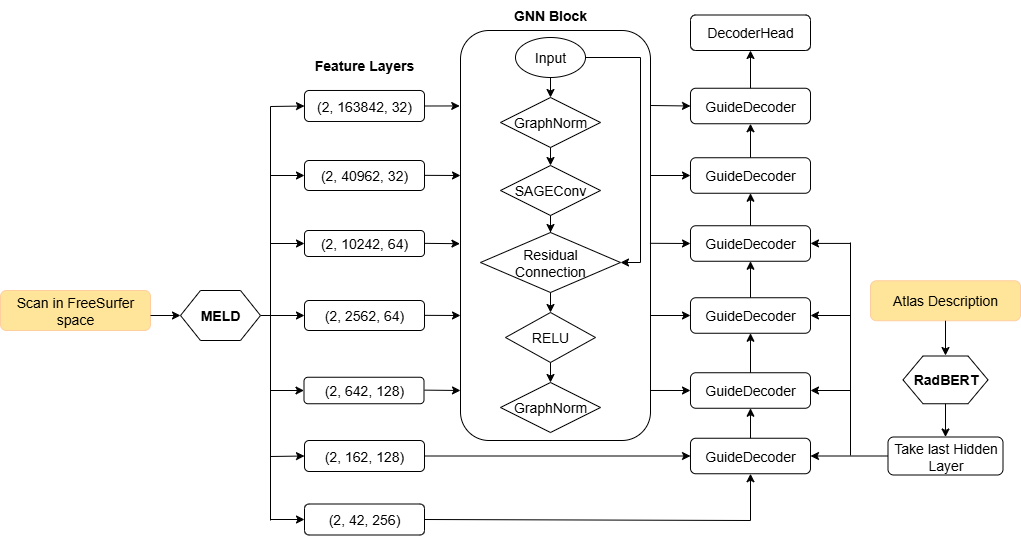
Above: text/FCD_GNN/images/architecture.png in Wektor607/FCD-Detection (draw.io), before the change. Source tidied: cells renumbered, new cells last; positions are measured from the earlier drawing's top-left corner, leaving out a move shared by most shapes. The source it was exported from:
```xml
<mxGraphModel>
  <root>
    <mxCell id="0" />
    <mxCell id="1" parent="0" />
    <mxCell id="2" value="&lt;font style=&quot;color: light-dark(rgb(0, 0, 0), rgb(0, 0, 0)); font-size: 14px;&quot;&gt;Scan in FreeSurfer space&lt;/font&gt;" style="rounded=1;whiteSpace=wrap;html=1;fillColor=light-dark(#FFE599,#FFCE9F);strokeColor=#FFCE9F;" parent="1" vertex="1">
      <mxGeometry y="290" width="150" height="40" as="geometry" />
    </mxCell>
    <mxCell id="3" style="edgeStyle=orthogonalEdgeStyle;rounded=0;jettySize=auto;html=1;exitX=1;exitY=0.5;exitDx=0;exitDy=0;entryX=0;entryY=0.5;entryDx=0;entryDy=0;" parent="1" edge="1" source="4" target="7">
      <mxGeometry relative="1" as="geometry" />
    </mxCell>
    <mxCell id="4" value="&lt;font style=&quot;font-size: 14px;&quot;&gt;&lt;b&gt;MELD&lt;/b&gt;&lt;/font&gt;" style="shape=hexagon;perimeter=hexagonPerimeter2;whiteSpace=wrap;html=1;fixedSize=1;" parent="1" vertex="1">
      <mxGeometry x="180" y="290" width="80" height="50" as="geometry" />
    </mxCell>
    <mxCell id="5" style="endArrow=classic;html=1;rounded=0;exitX=1;exitY=0.5;exitDx=0;exitDy=0;entryX=0;entryY=0.5;entryDx=0;entryDy=0;" parent="1" edge="1" target="4">
      <mxGeometry relative="1" as="geometry">
        <mxPoint x="150" y="315" as="sourcePoint" />
      </mxGeometry>
    </mxCell>
    <mxCell id="6" value="&lt;font style=&quot;font-size: 14px;&quot;&gt;(2, 40962, 32)&lt;/font&gt;" style="rounded=1;whiteSpace=wrap;html=1;" parent="1" vertex="1">
      <mxGeometry x="304" y="160" width="120" height="30" as="geometry" />
    </mxCell>
    <mxCell id="7" value="&lt;font style=&quot;font-size: 14px;&quot;&gt;(2, 2562, 64)&lt;/font&gt;" style="rounded=1;whiteSpace=wrap;html=1;" parent="1" vertex="1">
      <mxGeometry x="304" y="300" width="120" height="30" as="geometry" />
    </mxCell>
    <mxCell id="8" value="&lt;font style=&quot;font-size: 14px;&quot;&gt;(2, 10242, 64)&lt;/font&gt;" style="rounded=1;whiteSpace=wrap;html=1;" parent="1" vertex="1">
      <mxGeometry x="304" y="230" width="120" height="26" as="geometry" />
    </mxCell>
    <mxCell id="9" value="&lt;font style=&quot;font-size: 14px;&quot;&gt;(2, 162, 128)&lt;/font&gt;" style="rounded=1;whiteSpace=wrap;html=1;" parent="1" vertex="1">
      <mxGeometry x="304" y="440" width="120" height="31" as="geometry" />
    </mxCell>
    <mxCell id="10" value="&lt;font style=&quot;font-size: 14px;&quot;&gt;(2, 642, 128)&lt;/font&gt;" style="rounded=1;whiteSpace=wrap;html=1;" parent="1" vertex="1">
      <mxGeometry x="303.5" y="376.8" width="120" height="26.5" as="geometry" />
    </mxCell>
    <mxCell id="11" value="&lt;font style=&quot;font-size: 14px;&quot;&gt;(2, 163842, 32)&lt;/font&gt;" style="rounded=1;whiteSpace=wrap;html=1;" parent="1" vertex="1">
      <mxGeometry x="304" y="90" width="120" height="31" as="geometry" />
    </mxCell>
    <mxCell id="12" value="&lt;font style=&quot;font-size: 14px;&quot;&gt;(2, 42, 256)&lt;/font&gt;" style="rounded=1;whiteSpace=wrap;html=1;" parent="1" vertex="1">
      <mxGeometry x="304" y="503.5" width="120" height="31" as="geometry" />
    </mxCell>
    <mxCell id="13" style="endArrow=classic;html=1;rounded=0;entryX=0;entryY=0.5;entryDx=0;entryDy=0;" parent="1" edge="1" target="11">
      <mxGeometry relative="1" as="geometry">
        <mxPoint x="270" y="520" as="sourcePoint" />
        <Array as="points">
          <mxPoint x="270" y="106" />
        </Array>
      </mxGeometry>
    </mxCell>
    <mxCell id="14" style="endArrow=classic;html=1;rounded=0;entryX=0;entryY=0.5;entryDx=0;entryDy=0;" parent="1" edge="1" target="6">
      <mxGeometry relative="1" as="geometry">
        <mxPoint x="270" y="175" as="sourcePoint" />
      </mxGeometry>
    </mxCell>
    <mxCell id="15" style="endArrow=classic;html=1;rounded=0;entryX=0;entryY=0.5;entryDx=0;entryDy=0;" parent="1" edge="1" target="8">
      <mxGeometry relative="1" as="geometry">
        <mxPoint x="270" y="243" as="sourcePoint" />
      </mxGeometry>
    </mxCell>
    <mxCell id="16" style="endArrow=classic;html=1;rounded=0;entryX=0;entryY=0.5;entryDx=0;entryDy=0;" parent="1" edge="1" target="12">
      <mxGeometry relative="1" as="geometry">
        <mxPoint x="270" y="519" as="sourcePoint" />
      </mxGeometry>
    </mxCell>
    <mxCell id="17" style="endArrow=classic;html=1;rounded=0;entryX=0;entryY=0.5;entryDx=0;entryDy=0;" parent="1" edge="1" target="9">
      <mxGeometry relative="1" as="geometry">
        <mxPoint x="270" y="456" as="sourcePoint" />
      </mxGeometry>
    </mxCell>
    <mxCell id="18" style="endArrow=classic;html=1;rounded=0;entryX=0;entryY=0.5;entryDx=0;entryDy=0;" parent="1" edge="1" target="10">
      <mxGeometry relative="1" as="geometry">
        <mxPoint x="270" y="390" as="sourcePoint" />
      </mxGeometry>
    </mxCell>
    <mxCell id="19" value="&lt;b&gt;&lt;font style=&quot;font-size: 14px;&quot;&gt;Feature Layers&lt;/font&gt;&lt;/b&gt;" style="text;html=1;align=center;verticalAlign=middle;whiteSpace=wrap;rounded=0;" parent="1" vertex="1">
      <mxGeometry x="311" y="50" width="106" height="30" as="geometry" />
    </mxCell>
    <mxCell id="20" style="rounded=1;whiteSpace=wrap;html=1;" parent="1" vertex="1">
      <mxGeometry x="460" y="30" width="190" height="410" as="geometry" />
    </mxCell>
    <mxCell id="21" value="&lt;b&gt;&lt;font style=&quot;font-size: 14px;&quot;&gt;GNN Block&lt;/font&gt;&lt;/b&gt;" style="text;html=1;align=center;verticalAlign=middle;whiteSpace=wrap;rounded=0;" parent="1" vertex="1">
      <mxGeometry x="500" width="100" height="30" as="geometry" />
    </mxCell>
    <mxCell id="22" value="&lt;font style=&quot;font-size: 14px;&quot;&gt;Input&lt;/font&gt;" style="ellipse;whiteSpace=wrap;html=1;" parent="1" vertex="1">
      <mxGeometry x="515" y="37" width="70" height="40" as="geometry" />
    </mxCell>
    <mxCell id="23" value="&lt;font style=&quot;font-size: 14px;&quot;&gt;GraphNorm&lt;/font&gt;" style="rhombus;whiteSpace=wrap;html=1;" parent="1" vertex="1">
      <mxGeometry x="500" y="97" width="100" height="50" as="geometry" />
    </mxCell>
    <mxCell id="24" style="edgeStyle=orthogonalEdgeStyle;rounded=0;jettySize=auto;html=1;entryX=0.5;entryY=0;entryDx=0;entryDy=0;" parent="1" edge="1" source="25" target="26">
      <mxGeometry relative="1" as="geometry" />
    </mxCell>
    <mxCell id="25" value="&lt;font style=&quot;font-size: 14px;&quot;&gt;SAGEConv&lt;/font&gt;" style="rhombus;whiteSpace=wrap;html=1;" parent="1" vertex="1">
      <mxGeometry x="500" y="165" width="100" height="50" as="geometry" />
    </mxCell>
    <mxCell id="26" value="&lt;font style=&quot;font-size: 14px;&quot;&gt;Residual&lt;/font&gt;&lt;div&gt;&lt;font style=&quot;font-size: 14px;&quot;&gt;Connection&lt;/font&gt;&lt;/div&gt;" style="rhombus;whiteSpace=wrap;html=1;" parent="1" vertex="1">
      <mxGeometry x="480" y="232" width="140" height="60" as="geometry" />
    </mxCell>
    <mxCell id="27" value="&lt;font style=&quot;font-size: 14px;&quot;&gt;RELU&lt;/font&gt;" style="rhombus;whiteSpace=wrap;html=1;" parent="1" vertex="1">
      <mxGeometry x="505" y="312" width="90" height="50" as="geometry" />
    </mxCell>
    <mxCell id="28" value="&lt;font style=&quot;font-size: 14px;&quot;&gt;GraphNorm&lt;/font&gt;" style="rhombus;whiteSpace=wrap;html=1;" parent="1" vertex="1">
      <mxGeometry x="500" y="382" width="100" height="50" as="geometry" />
    </mxCell>
    <mxCell id="29" style="endArrow=classic;html=1;rounded=0;exitX=1;exitY=0.5;exitDx=0;exitDy=0;entryX=1;entryY=0.5;entryDx=0;entryDy=0;" parent="1" edge="1" source="22" target="26">
      <mxGeometry relative="1" as="geometry">
        <Array as="points">
          <mxPoint x="640" y="57" />
          <mxPoint x="640" y="262" />
          <mxPoint x="620" y="262" />
        </Array>
      </mxGeometry>
    </mxCell>
    <mxCell id="30" style="endArrow=classic;html=1;rounded=0;exitX=0.5;exitY=1;exitDx=0;exitDy=0;entryX=0.5;entryY=0;entryDx=0;entryDy=0;" parent="1" edge="1" source="22" target="23">
      <mxGeometry relative="1" as="geometry" />
    </mxCell>
    <mxCell id="31" style="endArrow=classic;html=1;rounded=0;exitX=0.5;exitY=1;exitDx=0;exitDy=0;entryX=0.5;entryY=0;entryDx=0;entryDy=0;" parent="1" edge="1" source="23" target="25">
      <mxGeometry relative="1" as="geometry" />
    </mxCell>
    <mxCell id="32" style="endArrow=classic;html=1;rounded=0;exitX=0.5;exitY=1;exitDx=0;exitDy=0;entryX=0.5;entryY=0;entryDx=0;entryDy=0;" parent="1" edge="1" source="26" target="27">
      <mxGeometry relative="1" as="geometry" />
    </mxCell>
    <mxCell id="33" style="endArrow=classic;html=1;rounded=0;exitX=0.5;exitY=1;exitDx=0;exitDy=0;entryX=0.5;entryY=0;entryDx=0;entryDy=0;" parent="1" edge="1" source="27" target="28">
      <mxGeometry relative="1" as="geometry" />
    </mxCell>
    <mxCell id="34" style="endArrow=classic;html=1;rounded=0;exitX=1;exitY=0.5;exitDx=0;exitDy=0;entryX=-0.004;entryY=0.184;entryDx=0;entryDy=0;entryPerimeter=0;" parent="1" edge="1" source="11" target="20">
      <mxGeometry relative="1" as="geometry" />
    </mxCell>
    <mxCell id="35" style="endArrow=classic;html=1;rounded=0;exitX=1;exitY=0.5;exitDx=0;exitDy=0;" parent="1" edge="1">
      <mxGeometry relative="1" as="geometry">
        <mxPoint x="424" y="174.8" as="sourcePoint" />
        <mxPoint x="460" y="175" as="targetPoint" />
      </mxGeometry>
    </mxCell>
    <mxCell id="36" style="endArrow=classic;html=1;rounded=0;exitX=1;exitY=0.5;exitDx=0;exitDy=0;entryX=-0.003;entryY=0.52;entryDx=0;entryDy=0;entryPerimeter=0;" parent="1" edge="1" target="20">
      <mxGeometry relative="1" as="geometry">
        <mxPoint x="424" y="242.9" as="sourcePoint" />
      </mxGeometry>
    </mxCell>
    <mxCell id="37" style="endArrow=classic;html=1;rounded=0;exitX=1;exitY=0.5;exitDx=0;exitDy=0;" parent="1" edge="1">
      <mxGeometry relative="1" as="geometry">
        <mxPoint x="424" y="314.9" as="sourcePoint" />
        <mxPoint x="460" y="315" as="targetPoint" />
      </mxGeometry>
    </mxCell>
    <mxCell id="38" style="endArrow=classic;html=1;rounded=0;exitX=1;exitY=0.5;exitDx=0;exitDy=0;" parent="1" edge="1">
      <mxGeometry relative="1" as="geometry">
        <mxPoint x="424" y="389.6" as="sourcePoint" />
        <mxPoint x="460" y="390" as="targetPoint" />
      </mxGeometry>
    </mxCell>
    <mxCell id="39" style="endArrow=classic;html=1;rounded=0;exitX=1;exitY=0.5;exitDx=0;exitDy=0;entryX=0.5;entryY=1;entryDx=0;entryDy=0;" parent="1" edge="1" source="12" target="46">
      <mxGeometry relative="1" as="geometry">
        <Array as="points">
          <mxPoint x="750" y="520" />
        </Array>
      </mxGeometry>
    </mxCell>
    <mxCell id="40" style="endArrow=classic;html=1;rounded=0;exitX=1;exitY=0.5;exitDx=0;exitDy=0;entryX=0;entryY=0.5;entryDx=0;entryDy=0;" parent="1" edge="1" source="9" target="46">
      <mxGeometry relative="1" as="geometry" />
    </mxCell>
    <mxCell id="41" value="&lt;font style=&quot;font-size: 14px;&quot;&gt;GuideDecoder&lt;/font&gt;" style="rounded=1;whiteSpace=wrap;html=1;" parent="1" vertex="1">
      <mxGeometry x="690" y="87.8" width="120" height="35.5" as="geometry" />
    </mxCell>
    <mxCell id="42" value="&lt;font style=&quot;font-size: 14px;&quot;&gt;GuideDecoder&lt;/font&gt;" style="rounded=1;whiteSpace=wrap;html=1;" parent="1" vertex="1">
      <mxGeometry x="690" y="157.2" width="120" height="35.5" as="geometry" />
    </mxCell>
    <mxCell id="43" value="&lt;font style=&quot;font-size: 14px;&quot;&gt;GuideDecoder&lt;/font&gt;" style="rounded=1;whiteSpace=wrap;html=1;" parent="1" vertex="1">
      <mxGeometry x="690" y="225.2" width="120" height="35.5" as="geometry" />
    </mxCell>
    <mxCell id="44" value="&lt;font style=&quot;font-size: 14px;&quot;&gt;GuideDecoder&lt;/font&gt;" style="rounded=1;whiteSpace=wrap;html=1;" parent="1" vertex="1">
      <mxGeometry x="690" y="297.2" width="120" height="35.5" as="geometry" />
    </mxCell>
    <mxCell id="45" value="&lt;font style=&quot;font-size: 14px;&quot;&gt;GuideDecoder&lt;/font&gt;" style="rounded=1;whiteSpace=wrap;html=1;" parent="1" vertex="1">
      <mxGeometry x="690" y="372.2" width="120" height="35.5" as="geometry" />
    </mxCell>
    <mxCell id="46" value="&lt;font style=&quot;font-size: 14px;&quot;&gt;GuideDecoder&lt;/font&gt;" style="rounded=1;whiteSpace=wrap;html=1;" parent="1" vertex="1">
      <mxGeometry x="690" y="437.8" width="120" height="35.5" as="geometry" />
    </mxCell>
    <mxCell id="47" style="endArrow=classic;html=1;rounded=0;exitX=1.001;exitY=0.878;exitDx=0;exitDy=0;entryX=0;entryY=0.5;entryDx=0;entryDy=0;exitPerimeter=0;" parent="1" edge="1" source="20" target="45">
      <mxGeometry relative="1" as="geometry" />
    </mxCell>
    <mxCell id="48" style="endArrow=classic;html=1;rounded=0;entryX=0;entryY=0.5;entryDx=0;entryDy=0;" parent="1" edge="1">
      <mxGeometry relative="1" as="geometry">
        <mxPoint x="650" y="315" as="sourcePoint" />
        <mxPoint x="690" y="315" as="targetPoint" />
      </mxGeometry>
    </mxCell>
    <mxCell id="49" style="endArrow=classic;html=1;rounded=0;exitX=0.997;exitY=0.519;exitDx=0;exitDy=0;entryX=0;entryY=0.5;entryDx=0;entryDy=0;exitPerimeter=0;" parent="1" edge="1" source="20">
      <mxGeometry relative="1" as="geometry">
        <mxPoint x="690" y="243" as="targetPoint" />
      </mxGeometry>
    </mxCell>
    <mxCell id="50" style="endArrow=classic;html=1;rounded=0;entryX=0;entryY=0.5;entryDx=0;entryDy=0;" parent="1" edge="1">
      <mxGeometry relative="1" as="geometry">
        <mxPoint x="650" y="175" as="sourcePoint" />
        <mxPoint x="690" y="175" as="targetPoint" />
      </mxGeometry>
    </mxCell>
    <mxCell id="51" style="endArrow=classic;html=1;rounded=0;entryX=0;entryY=0.5;entryDx=0;entryDy=0;" parent="1" edge="1">
      <mxGeometry relative="1" as="geometry">
        <mxPoint x="650" y="105" as="sourcePoint" />
        <mxPoint x="690" y="105.5" as="targetPoint" />
      </mxGeometry>
    </mxCell>
    <mxCell id="52" value="&lt;font style=&quot;font-size: 14px;&quot;&gt;DecoderHead&lt;/font&gt;" style="rounded=1;whiteSpace=wrap;html=1;" parent="1" vertex="1">
      <mxGeometry x="690" y="14.5" width="120" height="35.5" as="geometry" />
    </mxCell>
    <mxCell id="53" style="endArrow=classic;html=1;rounded=0;exitX=0.5;exitY=0;exitDx=0;exitDy=0;entryX=0.5;entryY=1;entryDx=0;entryDy=0;" parent="1" edge="1" source="46" target="45">
      <mxGeometry relative="1" as="geometry" />
    </mxCell>
    <mxCell id="54" style="endArrow=classic;html=1;rounded=0;exitX=0.5;exitY=0;exitDx=0;exitDy=0;entryX=0.5;entryY=1;entryDx=0;entryDy=0;" parent="1" edge="1" source="45" target="44">
      <mxGeometry relative="1" as="geometry" />
    </mxCell>
    <mxCell id="55" style="endArrow=classic;html=1;rounded=0;exitX=0.5;exitY=0;exitDx=0;exitDy=0;entryX=0.5;entryY=1;entryDx=0;entryDy=0;" parent="1" edge="1" source="44" target="43">
      <mxGeometry relative="1" as="geometry" />
    </mxCell>
    <mxCell id="56" style="endArrow=classic;html=1;rounded=0;exitX=0.5;exitY=0;exitDx=0;exitDy=0;entryX=0.5;entryY=1;entryDx=0;entryDy=0;" parent="1" edge="1" source="43" target="42">
      <mxGeometry relative="1" as="geometry" />
    </mxCell>
    <mxCell id="57" style="endArrow=classic;html=1;rounded=0;exitX=0.5;exitY=0;exitDx=0;exitDy=0;entryX=0.5;entryY=1;entryDx=0;entryDy=0;" parent="1" edge="1" source="42" target="41">
      <mxGeometry relative="1" as="geometry" />
    </mxCell>
    <mxCell id="58" style="endArrow=classic;html=1;rounded=0;exitX=0.5;exitY=0;exitDx=0;exitDy=0;entryX=0.5;entryY=1;entryDx=0;entryDy=0;" parent="1" edge="1" source="41" target="52">
      <mxGeometry relative="1" as="geometry" />
    </mxCell>
    <mxCell id="59" value="&lt;font style=&quot;color: light-dark(rgb(0, 0, 0), rgb(0, 0, 0)); font-size: 14px;&quot;&gt;Atlas Description&lt;/font&gt;" style="rounded=1;whiteSpace=wrap;html=1;fillColor=light-dark(#FFE599,#FFCE9F);strokeColor=#FFCE9F;" parent="1" vertex="1">
      <mxGeometry x="870" y="280.2" width="150" height="40" as="geometry" />
    </mxCell>
    <mxCell id="60" value="&lt;font style=&quot;font-size: 14px;&quot;&gt;&lt;b&gt;RadBERT&lt;/b&gt;&lt;/font&gt;" style="shape=hexagon;perimeter=hexagonPerimeter2;whiteSpace=wrap;html=1;fixedSize=1;size=20;" parent="1" vertex="1">
      <mxGeometry x="902.5" y="355.5" width="85" height="47.8" as="geometry" />
    </mxCell>
    <mxCell id="61" value="&lt;font style=&quot;font-size: 14px;&quot;&gt;Take last Hidden Layer&lt;/font&gt;" style="rounded=1;whiteSpace=wrap;html=1;" parent="1" vertex="1">
      <mxGeometry x="887.5" y="436.5" width="115" height="38" as="geometry" />
    </mxCell>
    <mxCell id="62" style="endArrow=classic;html=1;rounded=0;entryX=1;entryY=0.5;entryDx=0;entryDy=0;exitX=0;exitY=0.5;exitDx=0;exitDy=0;" parent="1" edge="1" source="61" target="46">
      <mxGeometry relative="1" as="geometry" />
    </mxCell>
    <mxCell id="63" style="endArrow=classic;html=1;rounded=0;entryX=1;entryY=0.5;entryDx=0;entryDy=0;" parent="1" edge="1" target="45">
      <mxGeometry relative="1" as="geometry">
        <mxPoint x="850" y="390" as="sourcePoint" />
      </mxGeometry>
    </mxCell>
    <mxCell id="64" style="endArrow=classic;html=1;rounded=0;entryX=1;entryY=0.5;entryDx=0;entryDy=0;" parent="1" edge="1" target="44">
      <mxGeometry relative="1" as="geometry">
        <mxPoint x="850" y="315" as="sourcePoint" />
      </mxGeometry>
    </mxCell>
    <mxCell id="65" style="endArrow=none;html=1;rounded=0;" parent="1" edge="1">
      <mxGeometry relative="1" as="geometry">
        <mxPoint x="850" y="455" as="sourcePoint" />
        <mxPoint x="850" y="242" as="targetPoint" />
      </mxGeometry>
    </mxCell>
    <mxCell id="66" style="endArrow=classic;html=1;rounded=0;entryX=1;entryY=0.5;entryDx=0;entryDy=0;" parent="1" edge="1">
      <mxGeometry relative="1" as="geometry">
        <mxPoint x="850" y="242.9" as="sourcePoint" />
        <mxPoint x="810" y="242.9" as="targetPoint" />
      </mxGeometry>
    </mxCell>
    <mxCell id="67" style="endArrow=classic;html=1;rounded=0;exitX=0.5;exitY=1;exitDx=0;exitDy=0;" parent="1" edge="1" source="59">
      <mxGeometry relative="1" as="geometry">
        <mxPoint x="945" y="355" as="targetPoint" />
      </mxGeometry>
    </mxCell>
    <mxCell id="68" style="endArrow=classic;html=1;rounded=0;exitX=0.5;exitY=1;exitDx=0;exitDy=0;entryX=0.5;entryY=0;entryDx=0;entryDy=0;" parent="1" edge="1" source="60" target="61">
      <mxGeometry relative="1" as="geometry" />
    </mxCell>
  </root>
</mxGraphModel>
```
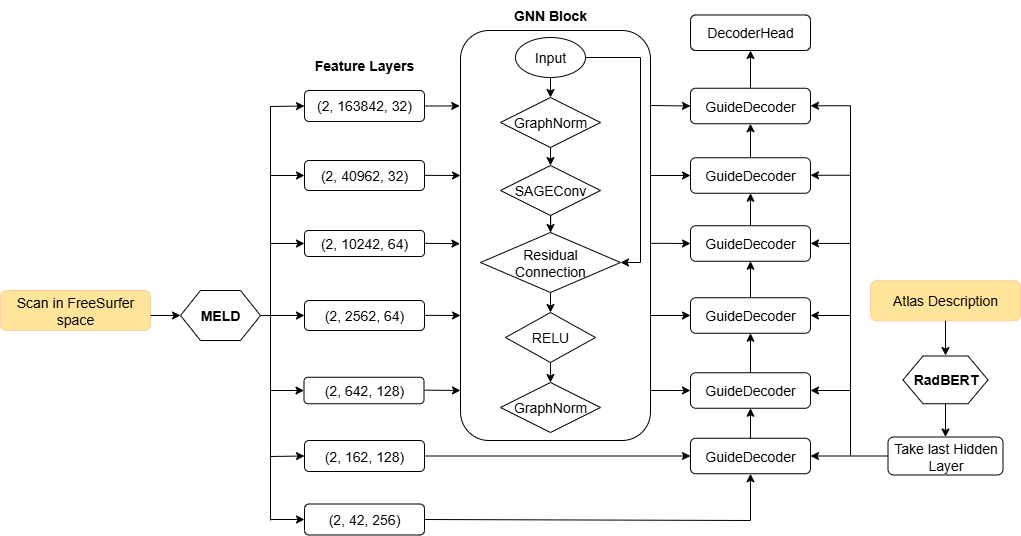
After the commit.

The edit, as a diff of the source:
```diff
@@ -247,7 +247,7 @@
     <mxCell id="65" style="endArrow=none;html=1;rounded=0;" parent="1" edge="1">
       <mxGeometry relative="1" as="geometry">
         <mxPoint x="850" y="455" as="sourcePoint" />
-        <mxPoint x="850" y="242" as="targetPoint" />
+        <mxPoint x="850" y="105" as="targetPoint" />
       </mxGeometry>
     </mxCell>
     <mxCell id="66" style="endArrow=classic;html=1;rounded=0;entryX=1;entryY=0.5;entryDx=0;entryDy=0;" parent="1" edge="1">
@@ -264,5 +264,17 @@
     <mxCell id="68" style="endArrow=classic;html=1;rounded=0;exitX=0.5;exitY=1;exitDx=0;exitDy=0;entryX=0.5;entryY=0;entryDx=0;entryDy=0;" parent="1" edge="1" source="60" target="61">
       <mxGeometry relative="1" as="geometry" />
     </mxCell>
+    <mxCell id="69" style="endArrow=classic;html=1;rounded=0;entryX=1;entryY=0.5;entryDx=0;entryDy=0;" parent="1" edge="1">
+      <mxGeometry relative="1" as="geometry">
+        <mxPoint x="850" y="174.8" as="sourcePoint" />
+        <mxPoint x="810" y="174.8" as="targetPoint" />
+      </mxGeometry>
+    </mxCell>
+    <mxCell id="70" style="endArrow=classic;html=1;rounded=0;entryX=1;entryY=0.5;entryDx=0;entryDy=0;" parent="1" edge="1">
+      <mxGeometry relative="1" as="geometry">
+        <mxPoint x="850" y="105.3" as="sourcePoint" />
+        <mxPoint x="810" y="105.3" as="targetPoint" />
+      </mxGeometry>
+    </mxCell>
   </root>
 </mxGraphModel>
```
